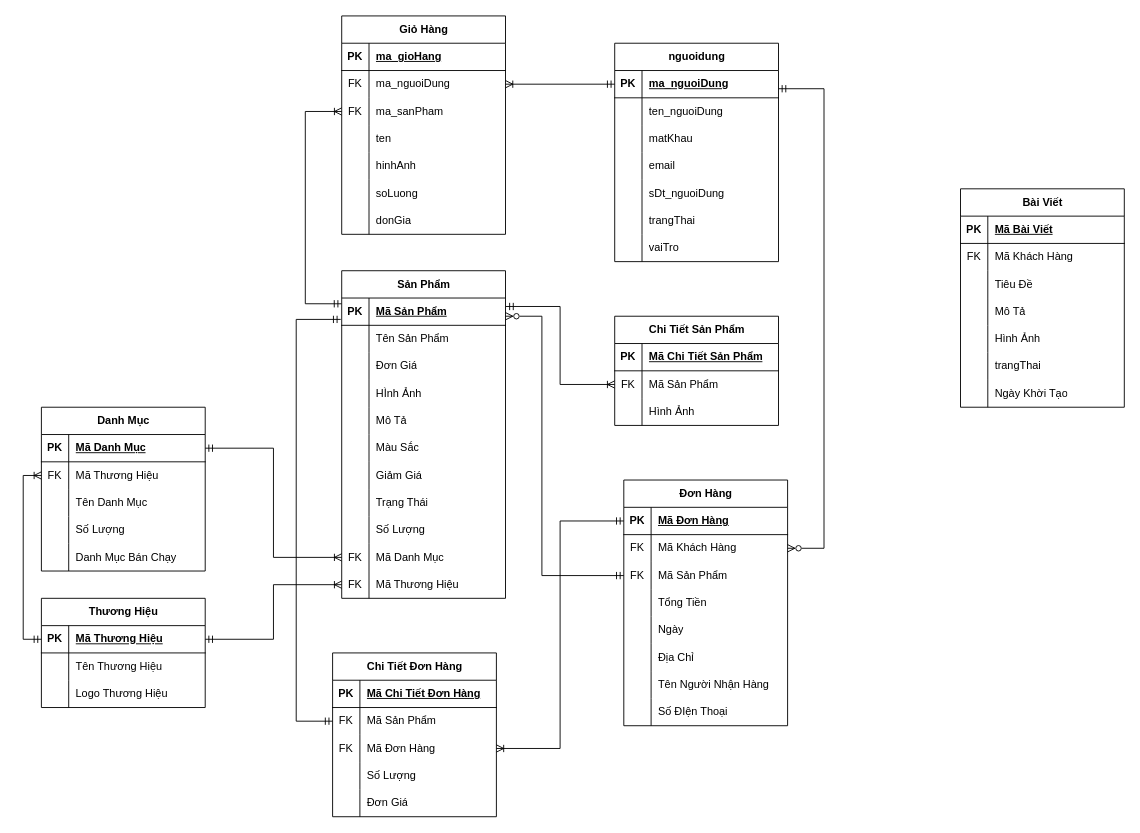
The draw.io diagram Untitled Diagram.drawio in Blion00/Blion00, before the edit. Source tidied: cells renumbered, new cells numbered last; positions are measured from the earlier drawing's top-left corner, leaving out a move shared by most shapes. Both pictures are drawn from the tidied source at 91%, with x=0, y=0 at pixel (41, 15).
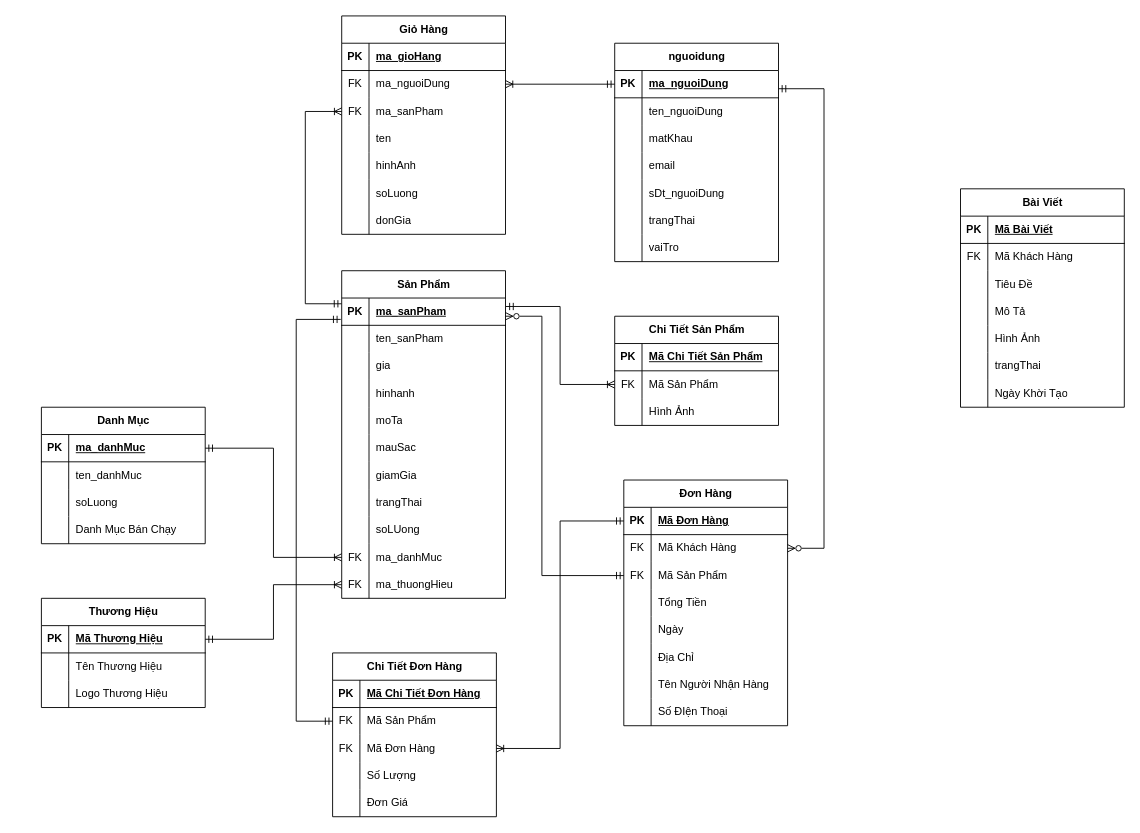
After the change.

The change refers to these unchanged cells:
```xml
<mxCell id="3" style="shape=tableRow;horizontal=0;startSize=0;swimlaneHead=0;swimlaneBody=0;fillColor=none;points=[[0,0.5],[1,0.5]];portConstraint=eastwest;top=0;left=0;right=0;bottom=1;" parent="2" vertex="1">
  <mxGeometry y="30" width="180" height="30" as="geometry" />
</mxCell>
<mxCell id="6" style="shape=tableRow;horizontal=0;startSize=0;swimlaneHead=0;swimlaneBody=0;fillColor=none;top=0;left=0;right=0;bottom=0;" parent="2" vertex="1">
  <mxGeometry y="60" width="180" height="30" as="geometry" />
</mxCell>
<mxCell id="9" style="shape=tableRow;horizontal=0;startSize=0;swimlaneHead=0;swimlaneBody=0;fillColor=none;top=0;left=0;right=0;bottom=0;" parent="2" vertex="1">
  <mxGeometry y="90" width="180" height="30" as="geometry" />
</mxCell>
<mxCell id="12" style="shape=tableRow;horizontal=0;startSize=0;swimlaneHead=0;swimlaneBody=0;fillColor=none;top=0;left=0;right=0;bottom=0;" parent="2" vertex="1">
  <mxGeometry y="120" width="180" height="30" as="geometry" />
</mxCell>
<mxCell id="15" style="shape=tableRow;horizontal=0;startSize=0;swimlaneHead=0;swimlaneBody=0;fillColor=none;top=0;left=0;right=0;bottom=0;" parent="2" vertex="1">
  <mxGeometry y="150" width="180" height="30" as="geometry" />
</mxCell>
<mxCell id="18" style="shape=tableRow;horizontal=0;startSize=0;swimlaneHead=0;swimlaneBody=0;fillColor=none;top=0;left=0;right=0;bottom=0;" parent="2" vertex="1">
  <mxGeometry y="180" width="180" height="30" as="geometry" />
</mxCell>
<mxCell id="21" style="shape=tableRow;horizontal=0;startSize=0;swimlaneHead=0;swimlaneBody=0;fillColor=none;top=0;left=0;right=0;bottom=0;" parent="2" vertex="1">
  <mxGeometry y="210" width="180" height="30" as="geometry" />
</mxCell>
<mxCell id="24" style="shape=tableRow;horizontal=0;startSize=0;swimlaneHead=0;swimlaneBody=0;fillColor=none;top=0;left=0;right=0;bottom=0;" parent="2" vertex="1">
  <mxGeometry y="240" width="180" height="30" as="geometry" />
</mxCell>
<mxCell id="27" style="shape=tableRow;horizontal=0;startSize=0;swimlaneHead=0;swimlaneBody=0;fillColor=none;top=0;left=0;right=0;bottom=0;" parent="2" vertex="1">
  <mxGeometry y="270" width="180" height="30" as="geometry" />
</mxCell>
<mxCell id="30" style="shape=tableRow;horizontal=0;startSize=0;swimlaneHead=0;swimlaneBody=0;fillColor=none;points=[[0,0.5],[1,0.5]];portConstraint=eastwest;top=0;left=0;right=0;bottom=0;" parent="2" vertex="1">
  <mxGeometry y="300" width="180" height="30" as="geometry" />
</mxCell>
<mxCell id="33" style="shape=tableRow;horizontal=0;startSize=0;swimlaneHead=0;swimlaneBody=0;fillColor=none;points=[[0,0.5],[1,0.5]];portConstraint=eastwest;top=0;left=0;right=0;bottom=0;" parent="2" vertex="1">
  <mxGeometry y="330" width="180" height="30" as="geometry" />
</mxCell>
<mxCell id="37" style="shape=tableRow;horizontal=0;startSize=0;swimlaneHead=0;swimlaneBody=0;fillColor=none;points=[[0,0.5],[1,0.5]];portConstraint=eastwest;top=0;left=0;right=0;bottom=1;" parent="36" vertex="1">
  <mxGeometry y="30" width="180" height="30" as="geometry" />
</mxCell>
<mxCell id="165" style="shape=tableRow;horizontal=0;startSize=0;swimlaneHead=0;swimlaneBody=0;fillColor=none;points=[[0,0.5],[1,0.5]];portConstraint=eastwest;top=0;left=0;right=0;bottom=1;" parent="164" vertex="1">
  <mxGeometry y="30" width="180" height="30" as="geometry" />
</mxCell>
```

Diff of the diagram source:
```diff
@@
-    <mxCell id="5" value="Mã Sản Phẩm" style="shape=partialRectangle;fillColor=none;top=0;left=0;bottom=0;right=0;align=left;spacingLeft=6;fontStyle=5;overflow=hidden;whiteSpace=wrap;html=1;" parent="3" vertex="1">
+    <mxCell id="5" value="ma_sanPham" style="shape=partialRectangle;fillColor=none;top=0;left=0;bottom=0;right=0;align=left;spacingLeft=6;fontStyle=5;overflow=hidden;whiteSpace=wrap;html=1;" parent="3" vertex="1">
       <mxGeometry x="30" width="150" height="30" as="geometry" />
     </mxCell>
@@
-    <mxCell id="8" value="Tên Sản Phẩm" style="shape=partialRectangle;fillColor=none;top=0;left=0;bottom=0;right=0;align=left;spacingLeft=6;overflow=hidden;whiteSpace=wrap;html=1;" parent="6" vertex="1">
+    <mxCell id="8" value="ten_sanPham" style="shape=partialRectangle;fillColor=none;top=0;left=0;bottom=0;right=0;align=left;spacingLeft=6;overflow=hidden;whiteSpace=wrap;html=1;" parent="6" vertex="1">
       <mxGeometry x="30" width="150" height="30" as="geometry" />
     </mxCell>
@@
-    <mxCell id="11" value="Đơn Giá" style="shape=partialRectangle;fillColor=none;top=0;left=0;bottom=0;right=0;align=left;spacingLeft=6;overflow=hidden;whiteSpace=wrap;html=1;" parent="9" vertex="1">
+    <mxCell id="11" value="gia" style="shape=partialRectangle;fillColor=none;top=0;left=0;bottom=0;right=0;align=left;spacingLeft=6;overflow=hidden;whiteSpace=wrap;html=1;" parent="9" vertex="1">
       <mxGeometry x="30" width="150" height="30" as="geometry" />
     </mxCell>
@@
-    <mxCell id="14" value="HÌnh Ảnh" style="shape=partialRectangle;fillColor=none;top=0;left=0;bottom=0;right=0;align=left;spacingLeft=6;overflow=hidden;whiteSpace=wrap;html=1;" parent="12" vertex="1">
+    <mxCell id="14" value="hinhanh" style="shape=partialRectangle;fillColor=none;top=0;left=0;bottom=0;right=0;align=left;spacingLeft=6;overflow=hidden;whiteSpace=wrap;html=1;" parent="12" vertex="1">
       <mxGeometry x="30" width="150" height="30" as="geometry" />
     </mxCell>
@@
-    <mxCell id="17" value="Mô Tả" style="shape=partialRectangle;fillColor=none;top=0;left=0;bottom=0;right=0;align=left;spacingLeft=6;overflow=hidden;whiteSpace=wrap;html=1;" parent="15" vertex="1">
+    <mxCell id="17" value="moTa" style="shape=partialRectangle;fillColor=none;top=0;left=0;bottom=0;right=0;align=left;spacingLeft=6;overflow=hidden;whiteSpace=wrap;html=1;" parent="15" vertex="1">
       <mxGeometry x="30" width="150" height="30" as="geometry" />
     </mxCell>
@@
-    <mxCell id="20" value="Màu Sắc" style="shape=partialRectangle;fillColor=none;top=0;left=0;bottom=0;right=0;align=left;spacingLeft=6;overflow=hidden;whiteSpace=wrap;html=1;" parent="18" vertex="1">
+    <mxCell id="20" value="mauSac" style="shape=partialRectangle;fillColor=none;top=0;left=0;bottom=0;right=0;align=left;spacingLeft=6;overflow=hidden;whiteSpace=wrap;html=1;" parent="18" vertex="1">
       <mxGeometry x="30" width="150" height="30" as="geometry" />
     </mxCell>
@@
-    <mxCell id="23" value="Giảm Giá" style="shape=partialRectangle;fillColor=none;top=0;left=0;bottom=0;right=0;align=left;spacingLeft=6;overflow=hidden;whiteSpace=wrap;html=1;" parent="21" vertex="1">
+    <mxCell id="23" value="giamGia" style="shape=partialRectangle;fillColor=none;top=0;left=0;bottom=0;right=0;align=left;spacingLeft=6;overflow=hidden;whiteSpace=wrap;html=1;" parent="21" vertex="1">
       <mxGeometry x="30" width="150" height="30" as="geometry" />
     </mxCell>
@@
-    <mxCell id="26" value="Trạng Thái" style="shape=partialRectangle;fillColor=none;top=0;left=0;bottom=0;right=0;align=left;spacingLeft=6;overflow=hidden;whiteSpace=wrap;html=1;" parent="24" vertex="1">
+    <mxCell id="26" value="trangThai" style="shape=partialRectangle;fillColor=none;top=0;left=0;bottom=0;right=0;align=left;spacingLeft=6;overflow=hidden;whiteSpace=wrap;html=1;" parent="24" vertex="1">
       <mxGeometry x="30" width="150" height="30" as="geometry" />
     </mxCell>
@@
-    <mxCell id="29" value="Số Lượng" style="shape=partialRectangle;fillColor=none;top=0;left=0;bottom=0;right=0;align=left;spacingLeft=6;overflow=hidden;whiteSpace=wrap;html=1;" parent="27" vertex="1">
+    <mxCell id="29" value="soLUong" style="shape=partialRectangle;fillColor=none;top=0;left=0;bottom=0;right=0;align=left;spacingLeft=6;overflow=hidden;whiteSpace=wrap;html=1;" parent="27" vertex="1">
       <mxGeometry x="30" width="150" height="30" as="geometry" />
     </mxCell>
@@
-    <mxCell id="32" value="Mã Danh Mục" style="shape=partialRectangle;fillColor=none;top=0;left=0;bottom=0;right=0;align=left;spacingLeft=6;overflow=hidden;whiteSpace=wrap;html=1;" parent="30" vertex="1">
+    <mxCell id="32" value="ma_danhMuc" style="shape=partialRectangle;fillColor=none;top=0;left=0;bottom=0;right=0;align=left;spacingLeft=6;overflow=hidden;whiteSpace=wrap;html=1;" parent="30" vertex="1">
       <mxGeometry x="30" width="150" height="30" as="geometry" />
     </mxCell>
@@
-    <mxCell id="35" value="Mã Thương Hiệu" style="shape=partialRectangle;fillColor=none;top=0;left=0;bottom=0;right=0;align=left;spacingLeft=6;overflow=hidden;whiteSpace=wrap;html=1;" parent="33" vertex="1">
+    <mxCell id="35" value="ma_thuongHieu" style="shape=partialRectangle;fillColor=none;top=0;left=0;bottom=0;right=0;align=left;spacingLeft=6;overflow=hidden;whiteSpace=wrap;html=1;" parent="33" vertex="1">
       <mxGeometry x="30" width="150" height="30" as="geometry" />
     </mxCell>
     <mxCell id="36" value="Danh Mục" style="shape=table;startSize=30;childLayout=tableLayout;rowLines=0;fontStyle=1;align=center;html=1;" parent="1" vertex="1">
-      <mxGeometry y="430" width="180" height="180" as="geometry" />
+      <mxGeometry y="430" width="180" height="150" as="geometry" />
     </mxCell>
@@
-    <mxCell id="39" value="Mã Danh Mục" style="shape=partialRectangle;fillColor=none;top=0;left=0;bottom=0;right=0;align=left;spacingLeft=6;fontStyle=5;overflow=hidden;whiteSpace=wrap;html=1;" parent="37" vertex="1">
+    <mxCell id="39" value="ma_danhMuc" style="shape=partialRectangle;fillColor=none;top=0;left=0;bottom=0;right=0;align=left;spacingLeft=6;fontStyle=5;overflow=hidden;whiteSpace=wrap;html=1;" parent="37" vertex="1">
       <mxGeometry x="30" width="150" height="30" as="geometry" />
     </mxCell>
-    <mxCell id="40" style="shape=tableRow;horizontal=0;startSize=0;swimlaneHead=0;swimlaneBody=0;fillColor=none;points=[[0,0.5],[1,0.5]];portConstraint=eastwest;top=0;left=0;right=0;bottom=0;" parent="36" vertex="1">
-      <mxGeometry y="60" width="180" height="30" as="geometry" />
-    </mxCell>
-    <mxCell id="41" value="FK" style="shape=partialRectangle;fillColor=none;top=0;left=0;bottom=0;right=0;overflow=hidden;whiteSpace=wrap;html=1;" parent="40" vertex="1">
-      <mxGeometry width="30" height="30" as="geometry" />
-    </mxCell>
-    <mxCell id="42" value="Mã Thương Hiệu" style="shape=partialRectangle;fillColor=none;top=0;left=0;bottom=0;right=0;align=left;spacingLeft=6;overflow=hidden;whiteSpace=wrap;html=1;" parent="40" vertex="1">
-      <mxGeometry x="30" width="150" height="30" as="geometry" />
-    </mxCell>
     <mxCell id="43" style="shape=tableRow;horizontal=0;startSize=0;swimlaneHead=0;swimlaneBody=0;fillColor=none;top=0;left=0;right=0;bottom=0;" parent="36" vertex="1">
-      <mxGeometry y="90" width="180" height="30" as="geometry" />
+      <mxGeometry y="60" width="180" height="30" as="geometry" />
     </mxCell>
@@
-    <mxCell id="45" value="Tên Danh Mục" style="shape=partialRectangle;fillColor=none;top=0;left=0;bottom=0;right=0;align=left;spacingLeft=6;overflow=hidden;whiteSpace=wrap;html=1;" parent="43" vertex="1">
+    <mxCell id="45" value="ten_danhMuc" style="shape=partialRectangle;fillColor=none;top=0;left=0;bottom=0;right=0;align=left;spacingLeft=6;overflow=hidden;whiteSpace=wrap;html=1;" parent="43" vertex="1">
       <mxGeometry x="30" width="150" height="30" as="geometry" />
     </mxCell>
     <mxCell id="46" style="shape=tableRow;horizontal=0;startSize=0;swimlaneHead=0;swimlaneBody=0;fillColor=none;top=0;left=0;right=0;bottom=0;" parent="36" vertex="1">
-      <mxGeometry y="120" width="180" height="30" as="geometry" />
+      <mxGeometry y="90" width="180" height="30" as="geometry" />
     </mxCell>
@@
-    <mxCell id="48" value="Số Lượng" style="shape=partialRectangle;fillColor=none;top=0;left=0;bottom=0;right=0;align=left;spacingLeft=6;overflow=hidden;whiteSpace=wrap;html=1;" parent="46" vertex="1">
+    <mxCell id="48" value="soLuong" style="shape=partialRectangle;fillColor=none;top=0;left=0;bottom=0;right=0;align=left;spacingLeft=6;overflow=hidden;whiteSpace=wrap;html=1;" parent="46" vertex="1">
       <mxGeometry x="30" width="150" height="30" as="geometry" />
     </mxCell>
     <mxCell id="49" style="shape=tableRow;horizontal=0;startSize=0;swimlaneHead=0;swimlaneBody=0;fillColor=none;top=0;left=0;right=0;bottom=0;" parent="36" vertex="1">
-      <mxGeometry y="150" width="180" height="30" as="geometry" />
+      <mxGeometry y="120" width="180" height="30" as="geometry" />
     </mxCell>
@@
-    <mxCell id="188" style="edgeStyle=orthogonalEdgeStyle;rounded=0;jettySize=auto;html=1;exitX=0;exitY=0.5;exitDx=0;exitDy=0;entryX=0;entryY=0.5;entryDx=0;entryDy=0;startArrow=ERmandOne;startFill=0;endArrow=ERoneToMany;endFill=0;" parent="1" edge="1" source="165" target="40">
-      <mxGeometry relative="1" as="geometry" />
-    </mxCell>
```
